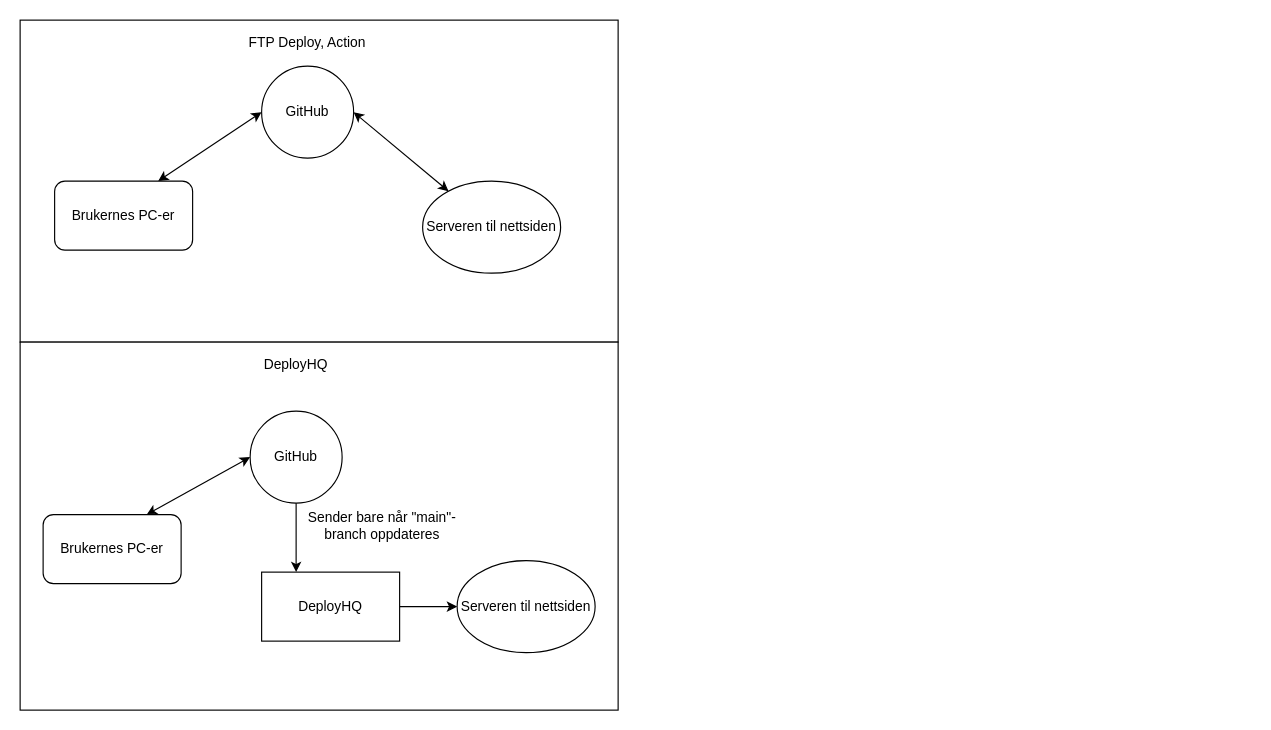
Above: backend.drawio in Halden-vgs-IT/haldenvgs.net (draw.io), before the change. Source tidied: cells renumbered, new cells numbered last; positions are measured from the earlier drawing's top-left corner, leaving out a move shared by most shapes. Both pictures are drawn from the tidied source at 115%, with x=0, y=0 at pixel (20, 20).
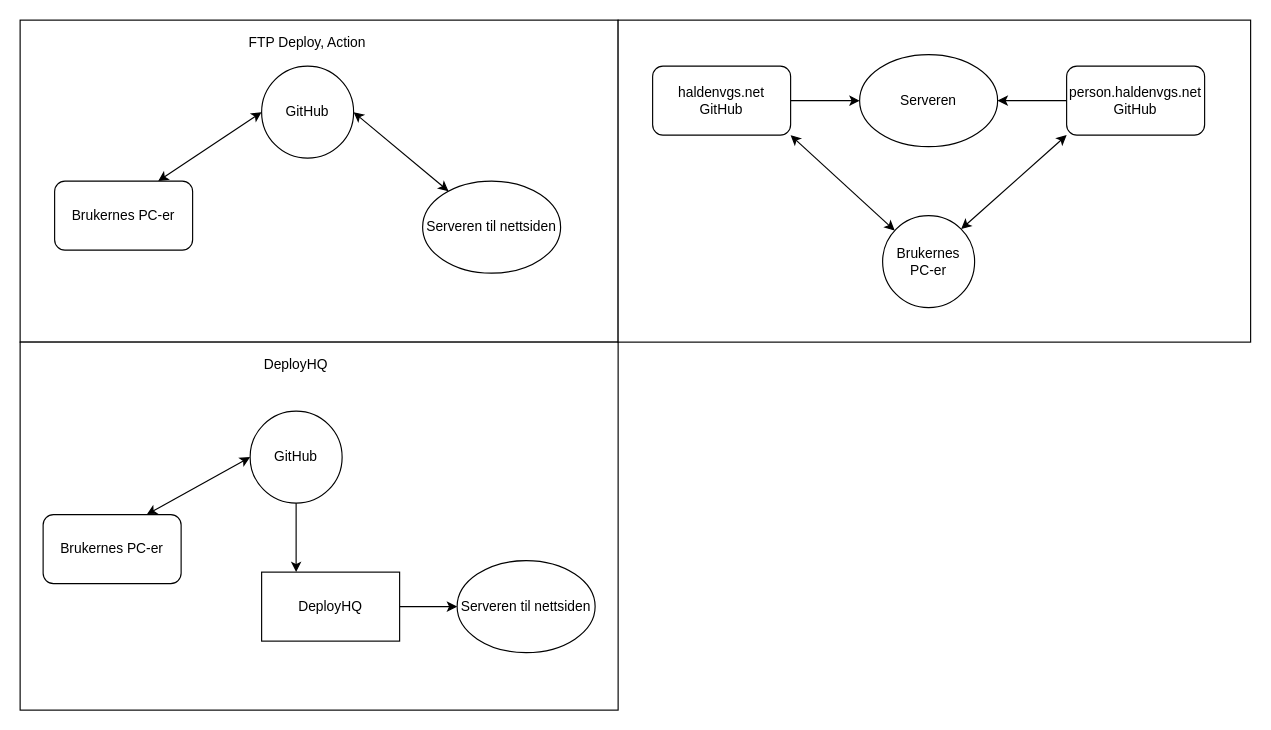
The same page after the edit.

The change refers to these unchanged cells:
```xml
<mxCell id="11" style="group;" parent="1" vertex="1">
  <mxGeometry x="20" y="340" width="480" height="210" as="geometry" />
</mxCell>
```

What changed in the source:
```diff
@@
-    <mxCell id="19" value="Sender bare når &quot;main&quot;-branch oppdateres" style="text;html=1;strokeColor=none;fillColor=none;align=center;verticalAlign=middle;whiteSpace=wrap;rounded=0;" parent="11" vertex="1">
-      <mxGeometry x="220" y="90" width="150" height="20" as="geometry" />
-    </mxCell>
@@
+    <mxCell id="21" style="rounded=0;whiteSpace=wrap;html=1;" parent="1" vertex="1">
+      <mxGeometry x="520" width="550" height="280" as="geometry" />
+    </mxCell>
+    <mxCell id="22" style="group;" parent="1" vertex="1">
+      <mxGeometry x="550" y="30" width="480" height="220" as="geometry" />
+    </mxCell>
+    <mxCell id="23" value="Serveren" style="ellipse;whiteSpace=wrap;html=1;" parent="22" vertex="1">
+      <mxGeometry x="180" width="120" height="80" as="geometry" />
+    </mxCell>
+    <mxCell id="24" style="edgeStyle=orthogonalEdgeStyle;rounded=0;jettySize=auto;html=1;exitX=0;exitY=0.5;exitDx=0;exitDy=0;entryX=1;entryY=0.5;entryDx=0;entryDy=0;" parent="22" edge="1" source="25" target="23">
+      <mxGeometry relative="1" as="geometry" />
+    </mxCell>
+    <mxCell id="25" value="person.haldenvgs.net&lt;br&gt;GitHub" style="rounded=1;whiteSpace=wrap;html=1;" parent="22" vertex="1">
+      <mxGeometry x="360" y="10" width="120" height="60" as="geometry" />
+    </mxCell>
+    <mxCell id="26" style="edgeStyle=orthogonalEdgeStyle;rounded=0;jettySize=auto;html=1;exitX=1;exitY=0.5;exitDx=0;exitDy=0;entryX=0;entryY=0.5;entryDx=0;entryDy=0;" parent="22" edge="1" source="27" target="23">
+      <mxGeometry relative="1" as="geometry" />
+    </mxCell>
+    <mxCell id="27" value="haldenvgs.net&lt;br&gt;GitHub" style="rounded=1;whiteSpace=wrap;html=1;" parent="22" vertex="1">
+      <mxGeometry y="10" width="120" height="60" as="geometry" />
+    </mxCell>
+    <mxCell id="28" value="Brukernes PC-er" style="ellipse;whiteSpace=wrap;html=1;" parent="22" vertex="1">
+      <mxGeometry x="200" y="140" width="80" height="80" as="geometry" />
+    </mxCell>
+    <mxCell id="29" style="endArrow=classic;startArrow=classic;html=1;entryX=1;entryY=1;entryDx=0;entryDy=0;" parent="22" edge="1" source="28" target="27">
+      <mxGeometry relative="1" as="geometry" />
+    </mxCell>
+    <mxCell id="30" style="endArrow=classic;startArrow=classic;html=1;exitX=1;exitY=0;exitDx=0;exitDy=0;entryX=0;entryY=1;entryDx=0;entryDy=0;" parent="22" edge="1" source="28" target="25">
+      <mxGeometry relative="1" as="geometry" />
+    </mxCell>
```
